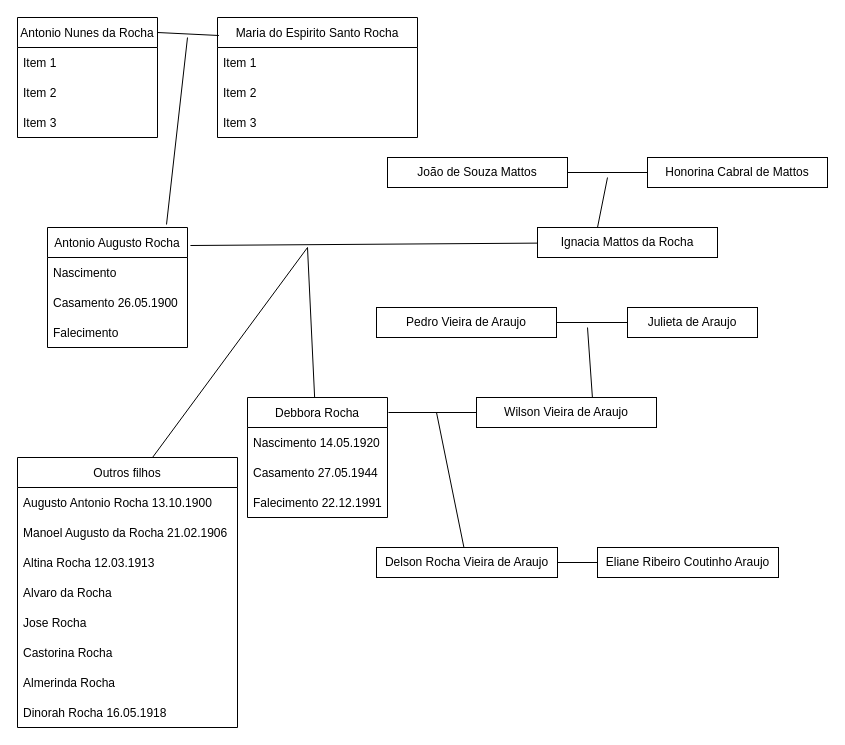
Above: arvore.drawio in sinistroman/sinistroman (draw.io), before the change. Source tidied: cells renumbered, new cells numbered last; positions are measured from the earlier drawing's top-left corner, leaving out a move shared by most shapes. Both pictures are drawn from the tidied source at 100%, with x=0, y=0 at pixel (17, 17).
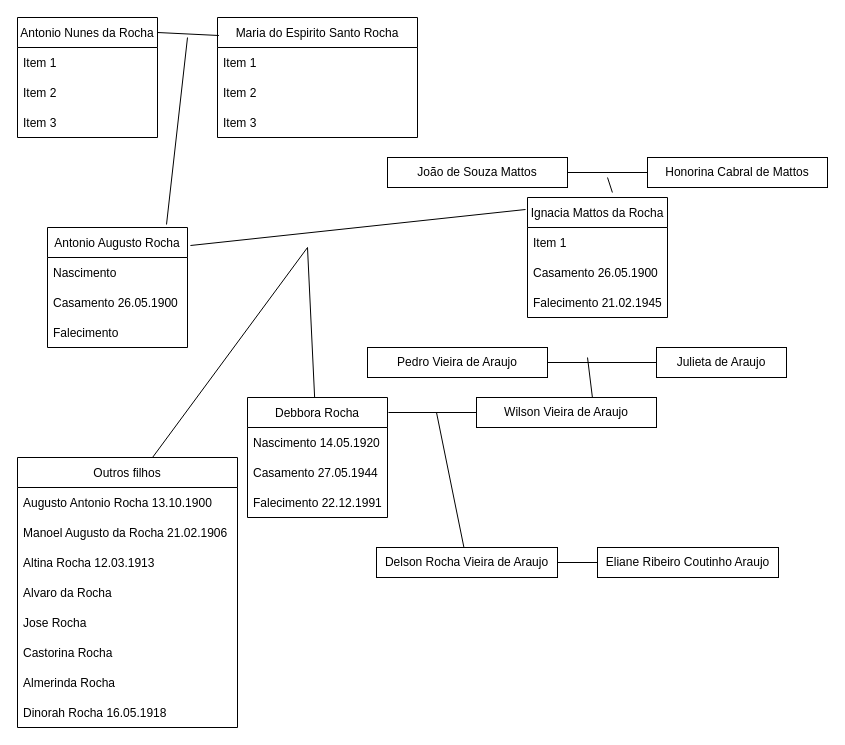
Above is the later version.

Unchanged cells that the change refers to:
```xml
<mxCell id="3" value="Wilson Vieira de Araujo" style="rounded=0;whiteSpace=wrap;html=1;" parent="1" vertex="1">
  <mxGeometry x="459" y="380" width="180" height="30" as="geometry" />
</mxCell>
<mxCell id="10" value="Antonio Augusto Rocha" style="swimlane;fontStyle=0;horizontal=1;startSize=30;" parent="1" vertex="1">
  <mxGeometry x="30" y="210" width="140" height="120" as="geometry" />
</mxCell>
```

Diff of the diagram source:
```diff
@@
-    <mxCell id="14" value="Ignacia Mattos da Rocha" style="rounded=0;whiteSpace=wrap;html=1;" parent="1" vertex="1">
-      <mxGeometry x="520" y="210" width="180" height="30" as="geometry" />
-    </mxCell>
-    <mxCell id="15" style="endArrow=none;html=1;rounded=0;exitX=1.021;exitY=0.15;exitDx=0;exitDy=0;exitPerimeter=0;" parent="1" edge="1" source="10" target="14">
+    <mxCell id="15" style="endArrow=none;html=1;rounded=0;exitX=1.021;exitY=0.15;exitDx=0;exitDy=0;exitPerimeter=0;entryX=-0.014;entryY=0.1;entryDx=0;entryDy=0;entryPerimeter=0;" parent="1" edge="1" source="10" target="14">
       <mxGeometry relative="1" as="geometry" />
     </mxCell>
@@
     <mxCell id="17" value="Pedro Vieira de Araujo" style="rounded=0;whiteSpace=wrap;html=1;" parent="1" vertex="1">
-      <mxGeometry x="359" y="290" width="180" height="30" as="geometry" />
+      <mxGeometry x="350" y="330" width="180" height="30" as="geometry" />
     </mxCell>
     <mxCell id="18" value="Julieta de Araujo" style="rounded=0;whiteSpace=wrap;html=1;" parent="1" vertex="1">
-      <mxGeometry x="610" y="290" width="130" height="30" as="geometry" />
+      <mxGeometry x="639" y="330" width="130" height="30" as="geometry" />
     </mxCell>
@@
     <mxCell id="20" style="endArrow=none;html=1;rounded=0;exitX=0.644;exitY=0;exitDx=0;exitDy=0;exitPerimeter=0;" parent="1" edge="1" source="3">
       <mxGeometry relative="1" as="geometry">
-        <mxPoint x="570" y="310" as="targetPoint" />
+        <mxPoint x="570" y="340" as="targetPoint" />
       </mxGeometry>
     </mxCell>
@@
-    <mxCell id="46" style="endArrow=none;html=1;rounded=0;" parent="1" edge="1">
-      <mxGeometry relative="1" as="geometry">
-        <mxPoint x="580" y="210" as="sourcePoint" />
-        <mxPoint x="590" y="160" as="targetPoint" />
-      </mxGeometry>
-    </mxCell>
+    <mxCell id="14" value="Ignacia Mattos da Rocha" style="swimlane;fontStyle=0;horizontal=1;startSize=30;" parent="1" vertex="1">
+      <mxGeometry x="510" y="180" width="140" height="120" as="geometry" />
+    </mxCell>
+    <mxCell id="47" value="Item 1" style="text;strokeColor=none;fillColor=none;align=left;verticalAlign=middle;spacingLeft=4;spacingRight=4;overflow=hidden;" parent="14" vertex="1">
+      <mxGeometry y="30" width="140" height="30" as="geometry" />
+    </mxCell>
+    <mxCell id="48" value="Casamento 26.05.1900" style="text;strokeColor=none;fillColor=none;align=left;verticalAlign=middle;spacingLeft=4;spacingRight=4;overflow=hidden;" parent="14" vertex="1">
+      <mxGeometry y="60" width="140" height="30" as="geometry" />
+    </mxCell>
+    <mxCell id="49" value="Falecimento 21.02.1945" style="text;strokeColor=none;fillColor=none;align=left;verticalAlign=middle;spacingLeft=4;spacingRight=4;overflow=hidden;" parent="14" vertex="1">
+      <mxGeometry y="90" width="140" height="30" as="geometry" />
+    </mxCell>
+    <mxCell id="50" style="endArrow=none;html=1;rounded=0;exitX=0.644;exitY=0;exitDx=0;exitDy=0;exitPerimeter=0;" parent="1" edge="1">
+      <mxGeometry relative="1" as="geometry">
+        <mxPoint x="594.9" y="175" as="sourcePoint" />
+        <mxPoint x="590" y="160" as="targetPoint" />
+      </mxGeometry>
+    </mxCell>
```
